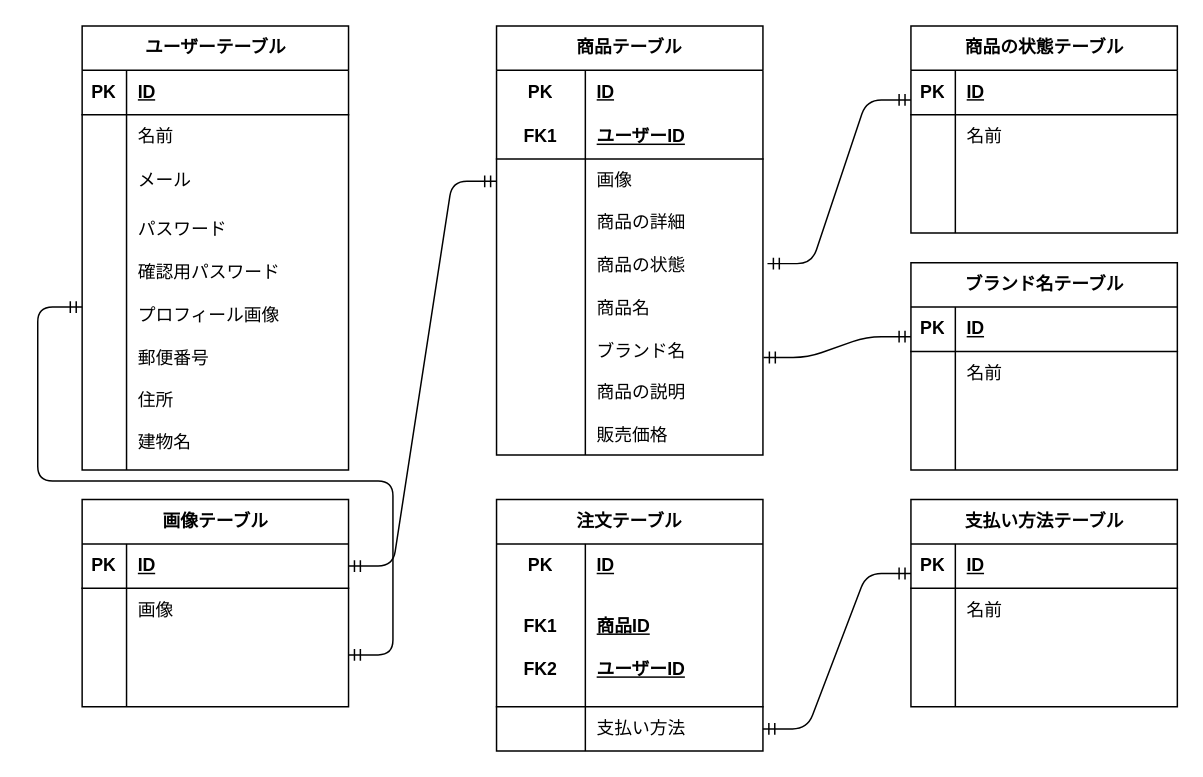
Earlier version of the draw.io diagram er-diagram.drawio (casanova1502/beginner-simulation-case). Source tidied: cells renumbered, new cells numbered last; positions are measured from the earlier drawing's top-left corner, leaving out a move shared by most shapes. Both pictures are drawn from the tidied source at 148%, with x=0, y=0 at pixel (81, 25).
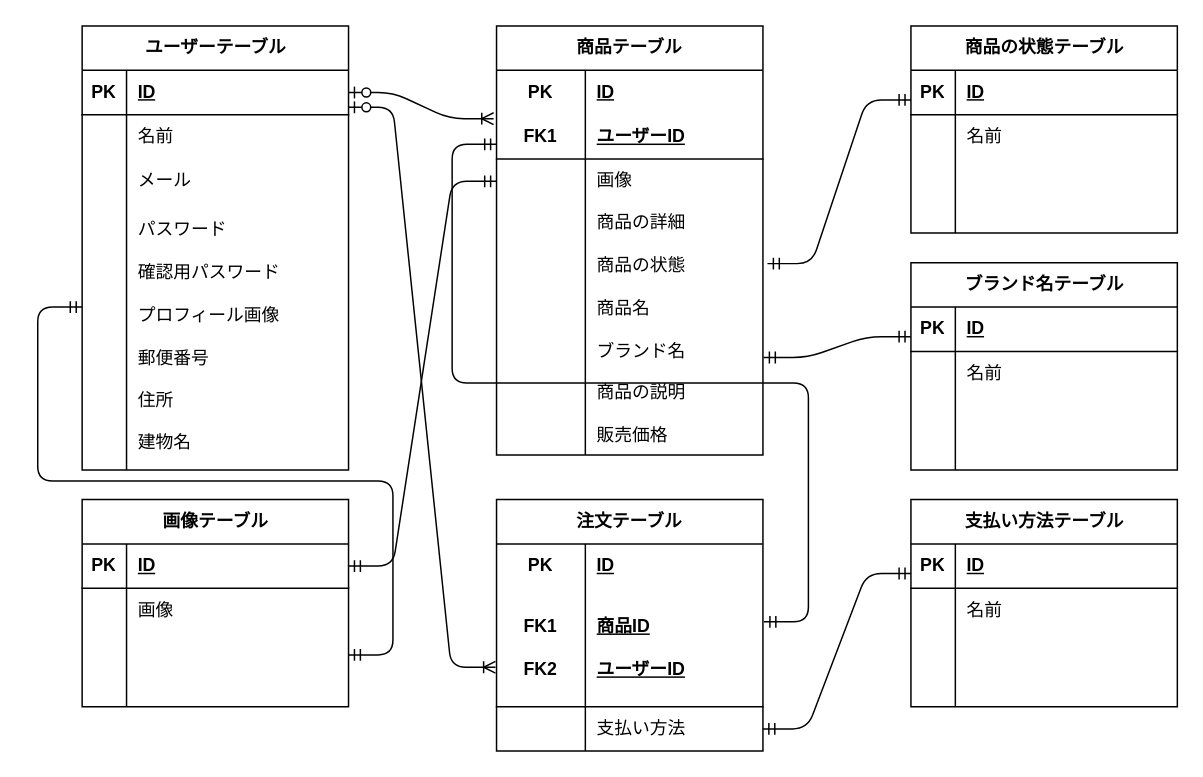
After the change.

The change refers to these unchanged cells:
```xml
<mxCell id="3" style="shape=tableRow;horizontal=0;startSize=0;swimlaneHead=0;swimlaneBody=0;fillColor=none;points=[[0,0.5],[1,0.5]];portConstraint=eastwest;top=0;left=0;right=0;bottom=1;" parent="2" vertex="1">
  <mxGeometry y="30" width="180" height="30" as="geometry" />
</mxCell>
<mxCell id="19" style="shape=tableRow;horizontal=0;startSize=0;swimlaneHead=0;swimlaneBody=0;fillColor=none;points=[[0,0.5],[1,0.5]];portConstraint=eastwest;top=0;left=0;right=0;bottom=1;html=1;" parent="15" vertex="1">
  <mxGeometry y="60" width="180" height="30" as="geometry" />
</mxCell>
<mxCell id="32" style="shape=tableRow;horizontal=0;startSize=0;swimlaneHead=0;swimlaneBody=0;fillColor=none;points=[[0,0.5],[1,0.5]];portConstraint=eastwest;top=0;left=0;right=0;bottom=1;html=1;" parent="28" vertex="1">
  <mxGeometry y="60" width="180" height="80" as="geometry" />
</mxCell>
```

The edit, as a diff of the source:
```diff
@@
+    <mxCell id="95" style="edgeStyle=entityRelationEdgeStyle;fontSize=12;html=1;endArrow=ERoneToMany;startArrow=ERzeroToOne;entryX=-0.011;entryY=0.089;entryDx=0;entryDy=0;exitX=1;exitY=0.5;exitDx=0;exitDy=0;entryPerimeter=0;" parent="1" edge="1" source="3" target="19">
+      <mxGeometry relative="1" as="geometry">
+        <Array as="points">
+          <mxPoint x="270" y="60" />
+        </Array>
+      </mxGeometry>
+    </mxCell>
+    <mxCell id="96" style="edgeStyle=entityRelationEdgeStyle;fontSize=12;html=1;endArrow=ERoneToMany;startArrow=ERzeroToOne;entryX=-0.004;entryY=0.667;entryDx=0;entryDy=0;exitX=1;exitY=0.5;exitDx=0;exitDy=0;entryPerimeter=0;" parent="1" edge="1" target="32">
+      <mxGeometry relative="1" as="geometry">
+        <mxPoint x="180" y="55" as="sourcePoint" />
+      </mxGeometry>
+    </mxCell>
+    <mxCell id="97" style="edgeStyle=entityRelationEdgeStyle;fontSize=12;html=1;endArrow=ERmandOne;startArrow=ERmandOne;exitX=1.004;exitY=0.283;exitDx=0;exitDy=0;exitPerimeter=0;" parent="1" edge="1" source="32">
+      <mxGeometry relative="1" as="geometry">
+        <mxPoint x="280" y="80" as="targetPoint" />
+        <Array as="points">
+          <mxPoint x="470" y="400" />
+          <mxPoint x="370" y="300" />
+          <mxPoint x="370" y="290" />
+        </Array>
+      </mxGeometry>
+    </mxCell>
```
